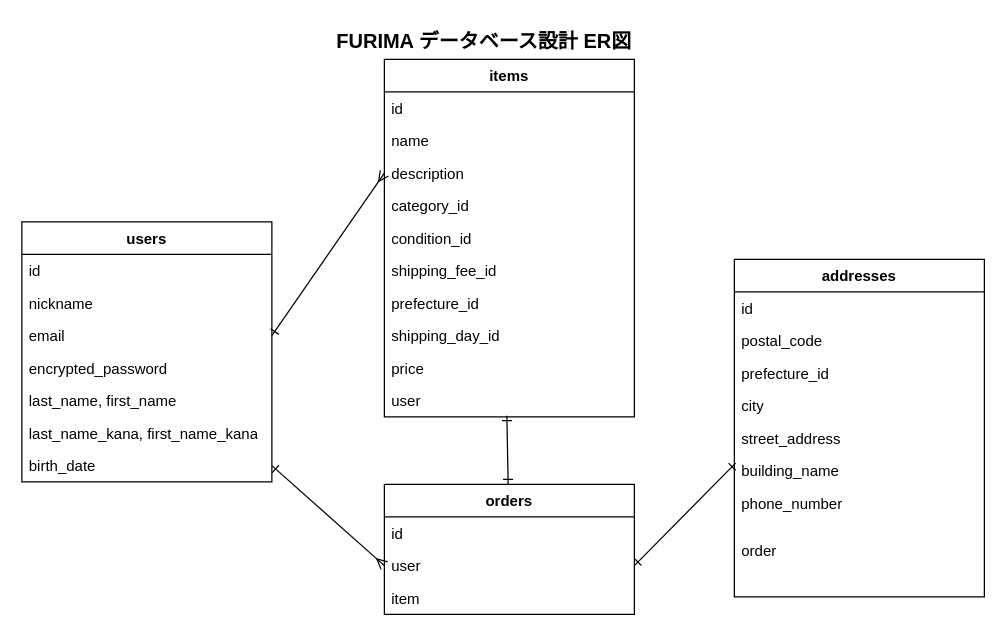
This is page "FURIMA Database Design" (2 of 2) of test.dio from taiyifuyuan2/furima-46285, a draw.io file, before an edit. Source tidied: cells renumbered, new cells numbered last; positions are measured from the earlier drawing's top-left corner, leaving out a move shared by most shapes. Both pictures are drawn from the tidied source at 125%, with x=0, y=0 at pixel (21, 21).
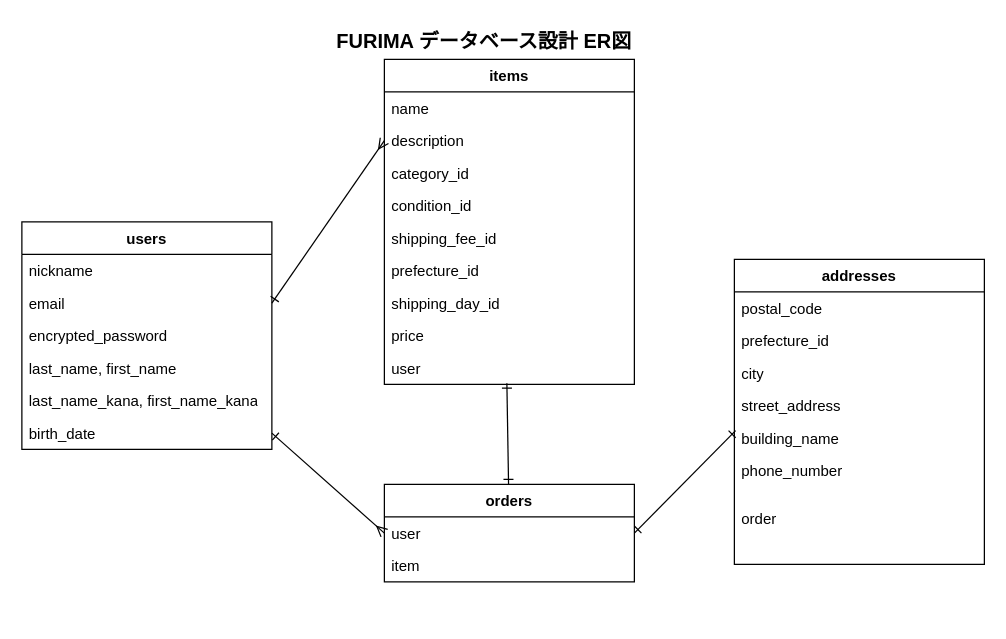
Above is the later version.

Change to the diagram source:
```diff
@@
     <mxCell id="2" value="users" style="swimlane;fontStyle=1;align=center;verticalAlign=top;horizontal=1;startSize=26;whiteSpace=wrap;html=1;" parent="1" vertex="1">
-      <mxGeometry y="160" width="200" height="208" as="geometry" />
+      <mxGeometry y="160" width="200" height="182" as="geometry" />
     </mxCell>
-    <mxCell id="3" value="id&amp;nbsp;&lt;br&gt;" style="text;strokeColor=none;fillColor=none;align=left;verticalAlign=top;spacingLeft=4;spacingRight=4;overflow=hidden;whiteSpace=wrap;html=1;" parent="2" vertex="1">
-      <mxGeometry y="26" width="200" height="26" as="geometry" />
-    </mxCell>
     <mxCell id="4" value="nickname" style="text;strokeColor=none;fillColor=none;align=left;verticalAlign=top;spacingLeft=4;spacingRight=4;overflow=hidden;whiteSpace=wrap;html=1;" parent="2" vertex="1">
-      <mxGeometry y="52" width="200" height="26" as="geometry" />
+      <mxGeometry y="26" width="200" height="26" as="geometry" />
     </mxCell>
     <mxCell id="5" value="email" style="text;strokeColor=none;fillColor=none;align=left;verticalAlign=top;spacingLeft=4;spacingRight=4;overflow=hidden;points=[[0,0.5],[1,0.5]];portConstraint=eastwest;whiteSpace=wrap;html=1;" parent="2" vertex="1">
-      <mxGeometry y="78" width="200" height="26" as="geometry" />
+      <mxGeometry y="52" width="200" height="26" as="geometry" />
     </mxCell>
     <mxCell id="6" value="encrypted_password" style="text;strokeColor=none;fillColor=none;align=left;verticalAlign=top;spacingLeft=4;spacingRight=4;overflow=hidden;whiteSpace=wrap;html=1;" parent="2" vertex="1">
-      <mxGeometry y="104" width="200" height="26" as="geometry" />
+      <mxGeometry y="78" width="200" height="26" as="geometry" />
     </mxCell>
     <mxCell id="7" value="last_name, first_name" style="text;strokeColor=none;fillColor=none;align=left;verticalAlign=top;spacingLeft=4;spacingRight=4;overflow=hidden;whiteSpace=wrap;html=1;" parent="2" vertex="1">
-      <mxGeometry y="130" width="200" height="26" as="geometry" />
+      <mxGeometry y="104" width="200" height="26" as="geometry" />
     </mxCell>
     <mxCell id="8" value="last_name_kana, first_name_kana" style="text;strokeColor=none;fillColor=none;align=left;verticalAlign=top;spacingLeft=4;spacingRight=4;overflow=hidden;whiteSpace=wrap;html=1;" parent="2" vertex="1">
-      <mxGeometry y="156" width="200" height="26" as="geometry" />
+      <mxGeometry y="130" width="200" height="26" as="geometry" />
     </mxCell>
     <mxCell id="9" value="birth_date" style="text;strokeColor=none;fillColor=none;align=left;verticalAlign=top;spacingLeft=4;spacingRight=4;overflow=hidden;points=[[0,0.5],[1,0.5]];portConstraint=eastwest;whiteSpace=wrap;html=1;" parent="2" vertex="1">
-      <mxGeometry y="182" width="200" height="26" as="geometry" />
+      <mxGeometry y="156" width="200" height="26" as="geometry" />
     </mxCell>
     <mxCell id="10" value="items" style="swimlane;fontStyle=1;align=center;verticalAlign=top;horizontal=1;startSize=26;whiteSpace=wrap;html=1;" parent="1" vertex="1">
-      <mxGeometry x="290" y="30" width="200" height="286" as="geometry" />
+      <mxGeometry x="290" y="30" width="200" height="260" as="geometry" />
     </mxCell>
-    <mxCell id="11" value="id&amp;nbsp;" style="text;align=left;verticalAlign=top;spacingLeft=4;spacingRight=4;overflow=hidden;whiteSpace=wrap;html=1;" parent="10" vertex="1">
-      <mxGeometry y="26" width="200" height="26" as="geometry" />
-    </mxCell>
     <mxCell id="12" value="name" style="text;strokeColor=none;fillColor=none;align=left;verticalAlign=top;spacingLeft=4;spacingRight=4;overflow=hidden;whiteSpace=wrap;html=1;" parent="10" vertex="1">
-      <mxGeometry y="52" width="200" height="26" as="geometry" />
+      <mxGeometry y="26" width="200" height="26" as="geometry" />
     </mxCell>
     <mxCell id="13" value="description" style="text;strokeColor=none;fillColor=none;align=left;verticalAlign=top;spacingLeft=4;spacingRight=4;overflow=hidden;points=[[0,0.5],[1,0.5]];portConstraint=eastwest;whiteSpace=wrap;html=1;" parent="10" vertex="1">
-      <mxGeometry y="78" width="200" height="26" as="geometry" />
+      <mxGeometry y="52" width="200" height="26" as="geometry" />
     </mxCell>
     <mxCell id="14" value="category_id&amp;nbsp;&lt;br&gt;" style="text;strokeColor=none;fillColor=none;align=left;verticalAlign=top;spacingLeft=4;spacingRight=4;overflow=hidden;whiteSpace=wrap;html=1;" parent="10" vertex="1">
-      <mxGeometry y="104" width="200" height="26" as="geometry" />
+      <mxGeometry y="78" width="200" height="26" as="geometry" />
     </mxCell>
     <mxCell id="15" value="condition_id&amp;nbsp;" style="text;strokeColor=none;fillColor=none;align=left;verticalAlign=top;spacingLeft=4;spacingRight=4;overflow=hidden;whiteSpace=wrap;html=1;" parent="10" vertex="1">
-      <mxGeometry y="130" width="200" height="26" as="geometry" />
+      <mxGeometry y="104" width="200" height="26" as="geometry" />
     </mxCell>
     <mxCell id="16" value="shipping_fee_id&amp;nbsp;" style="text;strokeColor=none;fillColor=none;align=left;verticalAlign=top;spacingLeft=4;spacingRight=4;overflow=hidden;whiteSpace=wrap;html=1;" parent="10" vertex="1">
-      <mxGeometry y="156" width="200" height="26" as="geometry" />
+      <mxGeometry y="130" width="200" height="26" as="geometry" />
     </mxCell>
     <mxCell id="17" value="prefecture_id&amp;nbsp;" style="text;strokeColor=none;fillColor=none;align=left;verticalAlign=top;spacingLeft=4;spacingRight=4;overflow=hidden;whiteSpace=wrap;html=1;" parent="10" vertex="1">
-      <mxGeometry y="182" width="200" height="26" as="geometry" />
+      <mxGeometry y="156" width="200" height="26" as="geometry" />
     </mxCell>
     <mxCell id="18" value="shipping_day_id&amp;nbsp;" style="text;strokeColor=none;fillColor=none;align=left;verticalAlign=top;spacingLeft=4;spacingRight=4;overflow=hidden;whiteSpace=wrap;html=1;" parent="10" vertex="1">
-      <mxGeometry y="208" width="200" height="26" as="geometry" />
+      <mxGeometry y="182" width="200" height="26" as="geometry" />
     </mxCell>
     <mxCell id="19" value="price" style="text;strokeColor=none;fillColor=none;align=left;verticalAlign=top;spacingLeft=4;spacingRight=4;overflow=hidden;whiteSpace=wrap;html=1;" parent="10" vertex="1">
-      <mxGeometry y="234" width="200" height="26" as="geometry" />
+      <mxGeometry y="208" width="200" height="26" as="geometry" />
     </mxCell>
     <mxCell id="20" value="user" style="text;strokeColor=none;fillColor=none;align=left;verticalAlign=top;spacingLeft=4;spacingRight=4;overflow=hidden;points=[[0,0.5],[1,0.5]];portConstraint=eastwest;whiteSpace=1;" parent="10" vertex="1">
-      <mxGeometry y="260" width="200" height="26" as="geometry" />
+      <mxGeometry y="234" width="200" height="26" as="geometry" />
     </mxCell>
@@
     <mxCell id="22" value="orders" style="swimlane;fontStyle=1;align=center;verticalAlign=top;horizontal=1;startSize=26;whiteSpace=wrap;html=1;" parent="1" vertex="1">
-      <mxGeometry x="290" y="370" width="200" height="104" as="geometry" />
+      <mxGeometry x="290" y="370" width="200" height="78" as="geometry" />
     </mxCell>
-    <mxCell id="23" value="id&amp;nbsp;" style="text;strokeColor=none;fillColor=none;align=left;verticalAlign=top;spacingLeft=4;spacingRight=4;overflow=hidden;whiteSpace=wrap;html=1;" parent="22" vertex="1">
-      <mxGeometry y="26" width="200" height="26" as="geometry" />
-    </mxCell>
     <mxCell id="24" value="user&amp;nbsp;" style="text;strokeColor=none;fillColor=none;align=left;verticalAlign=top;spacingLeft=4;spacingRight=4;overflow=hidden;points=[[0,0.5],[1,0.5]];portConstraint=eastwest;whiteSpace=wrap;html=1;" parent="22" vertex="1">
-      <mxGeometry y="52" width="200" height="26" as="geometry" />
+      <mxGeometry y="26" width="200" height="26" as="geometry" />
     </mxCell>
     <mxCell id="25" value="item&amp;nbsp;" style="text;strokeColor=none;fillColor=none;align=left;verticalAlign=top;spacingLeft=4;spacingRight=4;overflow=hidden;whiteSpace=wrap;html=1;" parent="22" vertex="1">
-      <mxGeometry y="78" width="200" height="26" as="geometry" />
+      <mxGeometry y="52" width="200" height="26" as="geometry" />
     </mxCell>
     <mxCell id="26" value="addresses" style="swimlane;fontStyle=1;align=center;verticalAlign=top;horizontal=1;startSize=26;whiteSpace=wrap;html=1;" parent="1" vertex="1">
-      <mxGeometry x="570" y="190" width="200" height="270" as="geometry" />
+      <mxGeometry x="570" y="190" width="200" height="244" as="geometry" />
     </mxCell>
-    <mxCell id="27" value="id&amp;nbsp;" style="text;strokeColor=none;fillColor=none;align=left;verticalAlign=top;spacingLeft=4;spacingRight=4;overflow=hidden;whiteSpace=wrap;html=1;" parent="26" vertex="1">
-      <mxGeometry y="26" width="200" height="26" as="geometry" />
-    </mxCell>
     <mxCell id="28" value="postal_code" style="text;strokeColor=none;fillColor=none;align=left;verticalAlign=top;spacingLeft=4;spacingRight=4;overflow=hidden;whiteSpace=wrap;html=1;" parent="26" vertex="1">
-      <mxGeometry y="52" width="200" height="26" as="geometry" />
+      <mxGeometry y="26" width="200" height="26" as="geometry" />
     </mxCell>
     <mxCell id="29" value="prefecture_id&amp;nbsp;" style="text;strokeColor=none;fillColor=none;align=left;verticalAlign=top;spacingLeft=4;spacingRight=4;overflow=hidden;whiteSpace=wrap;html=1;" parent="26" vertex="1">
-      <mxGeometry y="78" width="200" height="26" as="geometry" />
+      <mxGeometry y="52" width="200" height="26" as="geometry" />
     </mxCell>
     <mxCell id="30" value="city" style="text;strokeColor=none;fillColor=none;align=left;verticalAlign=top;spacingLeft=4;spacingRight=4;overflow=hidden;whiteSpace=wrap;html=1;" parent="26" vertex="1">
-      <mxGeometry y="104" width="200" height="26" as="geometry" />
+      <mxGeometry y="78" width="200" height="26" as="geometry" />
     </mxCell>
     <mxCell id="31" value="street_address" style="text;strokeColor=none;fillColor=none;align=left;verticalAlign=top;spacingLeft=4;spacingRight=4;overflow=hidden;whiteSpace=wrap;html=1;" parent="26" vertex="1">
-      <mxGeometry y="130" width="200" height="26" as="geometry" />
+      <mxGeometry y="104" width="200" height="26" as="geometry" />
     </mxCell>
     <mxCell id="32" value="building_name" style="text;strokeColor=none;fillColor=none;align=left;verticalAlign=top;spacingLeft=4;spacingRight=4;overflow=hidden;points=[[0,0.5],[1,0.5]];portConstraint=eastwest;whiteSpace=wrap;html=1;" parent="26" vertex="1">
-      <mxGeometry y="156" width="200" height="26" as="geometry" />
+      <mxGeometry y="130" width="200" height="26" as="geometry" />
     </mxCell>
     <mxCell id="33" value="phone_number" style="text;strokeColor=none;fillColor=none;align=left;verticalAlign=top;spacingLeft=4;spacingRight=4;overflow=hidden;whiteSpace=wrap;html=1;" parent="26" vertex="1">
-      <mxGeometry y="182" width="200" height="38" as="geometry" />
+      <mxGeometry y="156" width="200" height="38" as="geometry" />
     </mxCell>
     <mxCell id="34" value="order" style="text;strokeColor=none;fillColor=none;align=left;verticalAlign=top;spacingLeft=4;spacingRight=4;overflow=hidden;whiteSpace=wrap;html=1;" parent="26" vertex="1">
-      <mxGeometry y="220" width="200" height="50" as="geometry" />
+      <mxGeometry y="194" width="200" height="50" as="geometry" />
     </mxCell>
```
